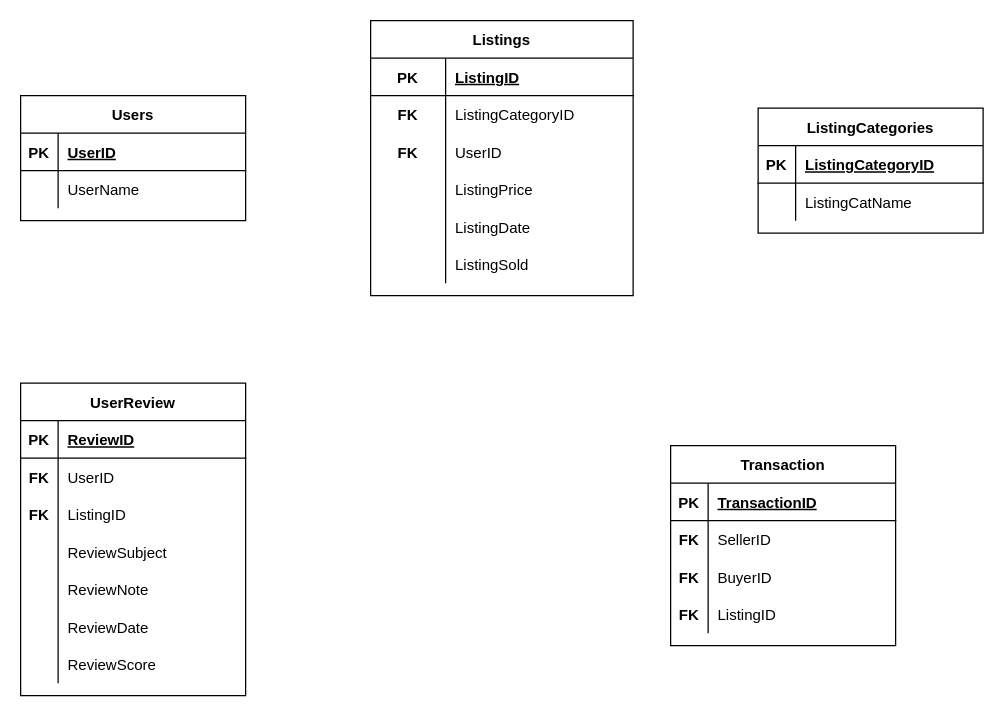
Above: Untitled Diagram.drawio in sflaherty50/Spring-Boot-Final (draw.io), before the change. Source tidied: cells renumbered, new cells numbered last; positions are measured from the earlier drawing's top-left corner, leaving out a move shared by most shapes. Both pictures are drawn from the tidied source at 125%, with x=0, y=0 at pixel (20, 20).
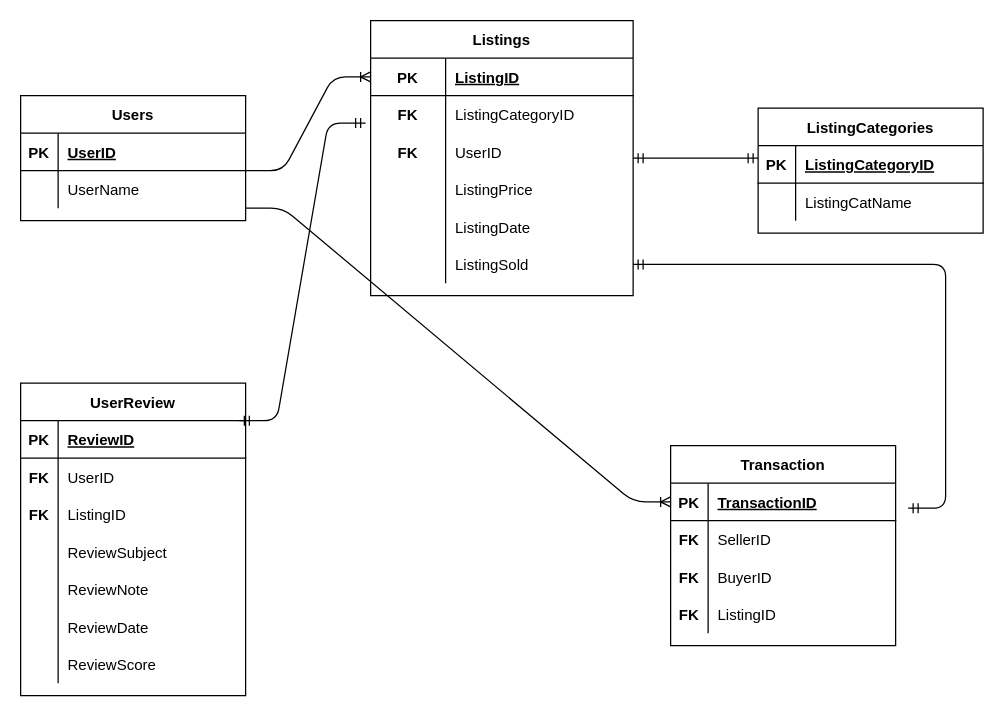
After the change.

The change refers to these unchanged cells:
```xml
<mxCell id="2" value="Listings" style="shape=table;startSize=30;childLayout=tableLayout;rowLines=0;fontStyle=1;align=center;" parent="1" vertex="1">
  <mxGeometry x="280" width="210" height="220" as="geometry" />
</mxCell>
<mxCell id="3" style="shape=partialRectangle;fillColor=none;top=0;left=0;bottom=1;right=0;points=[[0,0.5],[1,0.5]];portConstraint=eastwest;" parent="2" vertex="1">
  <mxGeometry y="30" width="210" height="30" as="geometry" />
</mxCell>
<mxCell id="6" style="shape=partialRectangle;fillColor=none;top=0;left=0;bottom=0;right=0;points=[[0,0.5],[1,0.5]];portConstraint=eastwest;" parent="2" vertex="1">
  <mxGeometry y="60" width="210" height="30" as="geometry" />
</mxCell>
<mxCell id="18" style="shape=partialRectangle;fillColor=none;top=0;left=0;bottom=0;right=0;points=[[0,0.5],[1,0.5]];portConstraint=eastwest;" parent="2" vertex="1">
  <mxGeometry y="180" width="210" height="30" as="geometry" />
</mxCell>
<mxCell id="36" style="shape=partialRectangle;fillColor=none;top=0;left=0;bottom=1;right=0;points=[[0,0.5],[1,0.5]];portConstraint=eastwest;" parent="35" vertex="1">
  <mxGeometry y="30" width="180" height="30" as="geometry" />
</mxCell>
<mxCell id="58" style="shape=partialRectangle;fillColor=none;top=0;left=0;bottom=1;right=0;points=[[0,0.5],[1,0.5]];portConstraint=eastwest;" parent="57" vertex="1">
  <mxGeometry y="30" width="180" height="30" as="geometry" />
</mxCell>
```

Change to the diagram source:
```diff
@@
+    <mxCell id="70" style="edgeStyle=entityRelationEdgeStyle;fontSize=12;html=1;endArrow=ERoneToMany;entryX=0;entryY=0.5;entryDx=0;entryDy=0;" parent="1" edge="1" target="3">
+      <mxGeometry relative="1" as="geometry">
+        <mxPoint x="180" y="120" as="sourcePoint" />
+      </mxGeometry>
+    </mxCell>
+    <mxCell id="71" style="edgeStyle=entityRelationEdgeStyle;fontSize=12;html=1;endArrow=ERmandOne;startArrow=ERmandOne;" parent="1" edge="1" target="18">
+      <mxGeometry relative="1" as="geometry">
+        <mxPoint x="710" y="390" as="sourcePoint" />
+      </mxGeometry>
+    </mxCell>
+    <mxCell id="72" style="edgeStyle=entityRelationEdgeStyle;fontSize=12;html=1;endArrow=ERoneToMany;entryX=0;entryY=0.5;entryDx=0;entryDy=0;" parent="1" edge="1" target="58">
+      <mxGeometry relative="1" as="geometry">
+        <mxPoint x="180" y="150" as="sourcePoint" />
+      </mxGeometry>
+    </mxCell>
+    <mxCell id="73" style="edgeStyle=entityRelationEdgeStyle;fontSize=12;html=1;endArrow=ERmandOne;startArrow=ERmandOne;exitX=1;exitY=0.5;exitDx=0;exitDy=0;" parent="1" edge="1" source="2">
+      <mxGeometry relative="1" as="geometry">
+        <mxPoint x="590" y="110" as="targetPoint" />
+      </mxGeometry>
+    </mxCell>
+    <mxCell id="74" style="edgeStyle=entityRelationEdgeStyle;fontSize=12;html=1;endArrow=ERmandOne;startArrow=ERmandOne;exitX=0.972;exitY=0;exitDx=0;exitDy=0;exitPerimeter=0;entryX=-0.019;entryY=0.733;entryDx=0;entryDy=0;entryPerimeter=0;" parent="1" edge="1" source="36" target="6">
+      <mxGeometry relative="1" as="geometry" />
+    </mxCell>
```
